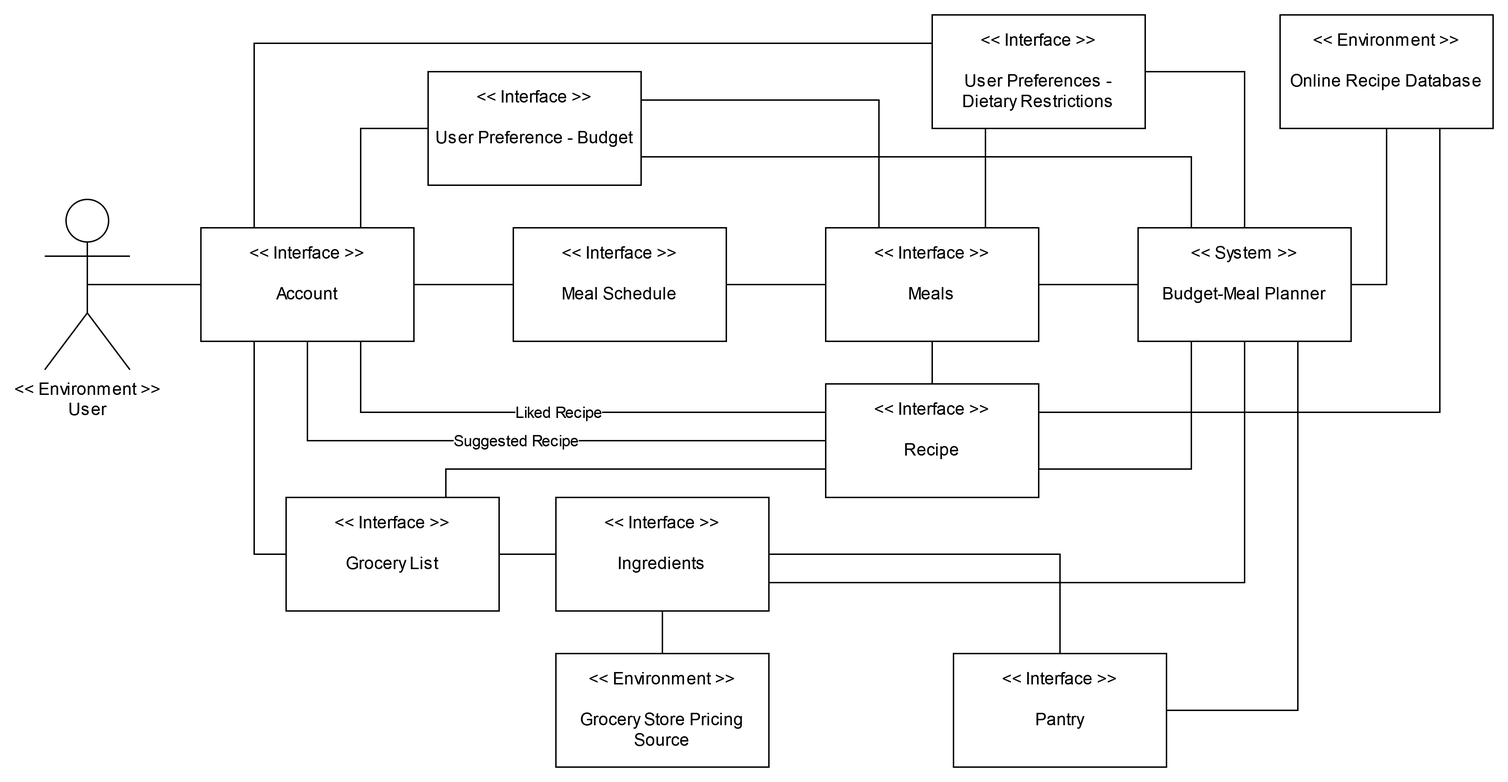
Before: images/Domain_Model.png, a diagram exported from draw.io (InvisCo/SE463-scenario-table-generator). Source tidied: cells renumbered, new cells last; positions are measured from the earlier drawing's top-left corner, leaving out a move shared by most shapes.
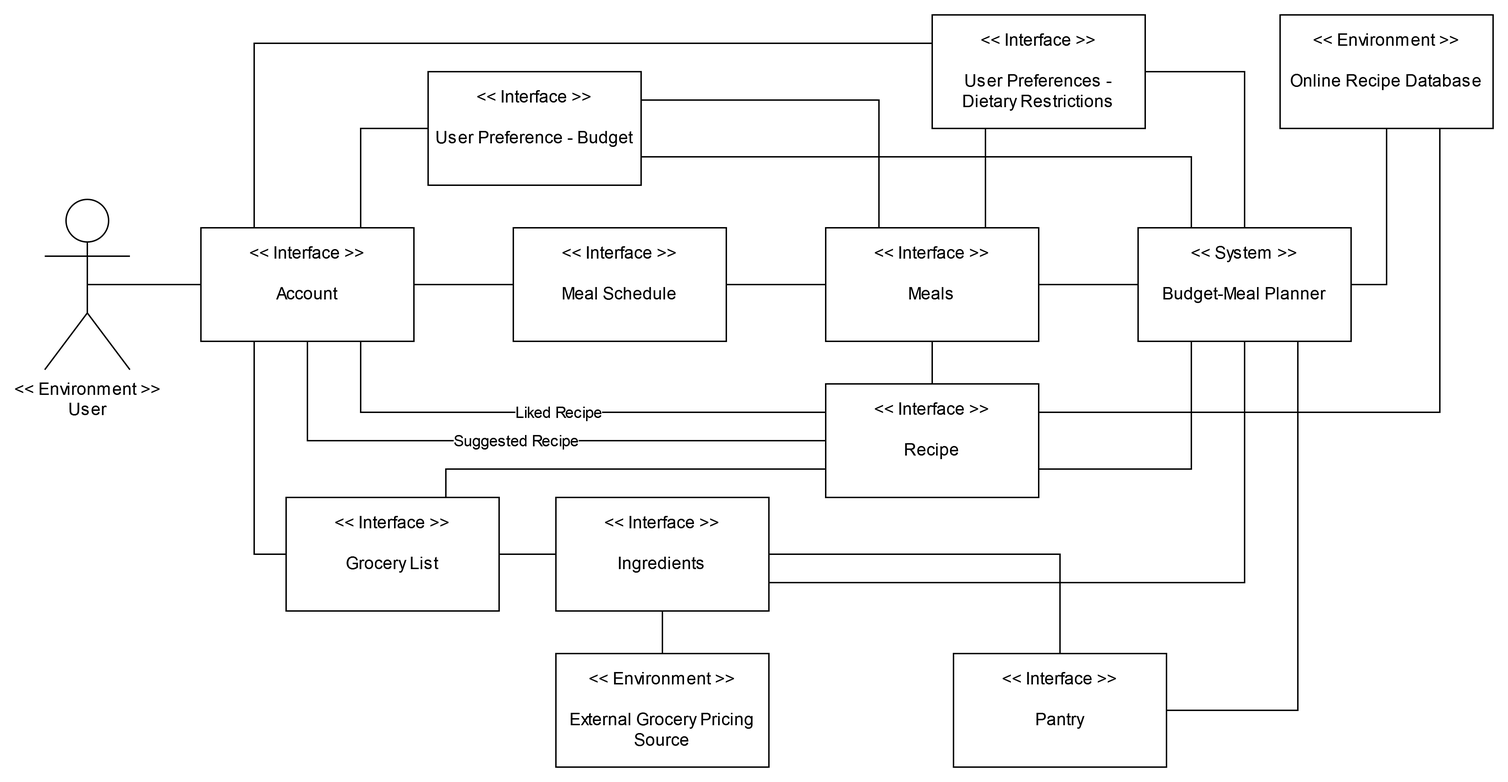
The same file after the commit.

The edit, as a diff of the source:
```diff
@@ -8,7 +8,7 @@
     <mxCell id="3" style="edgeStyle=orthogonalEdgeStyle;rounded=0;jettySize=auto;html=1;exitX=0.5;exitY=0;exitDx=0;exitDy=0;entryX=0.5;entryY=1;entryDx=0;entryDy=0;endArrow=none;endFill=0;" parent="1" edge="1" source="4" target="26">
       <mxGeometry relative="1" as="geometry" />
     </mxCell>
-    <mxCell id="4" value="&lt;div&gt;&amp;lt;&amp;lt; Environment &amp;gt;&amp;gt;&lt;/div&gt;&lt;div&gt;&lt;br&gt;&lt;/div&gt;&lt;div&gt;Grocery Store Pricing Source&lt;br&gt;&lt;/div&gt;" style="rounded=0;whiteSpace=wrap;html=1;spacing=6;horizontal=1;verticalAlign=top;" parent="1" vertex="1">
+    <mxCell id="4" value="&lt;div&gt;&amp;lt;&amp;lt; Environment &amp;gt;&amp;gt;&lt;/div&gt;&lt;div&gt;&lt;br&gt;&lt;/div&gt;&lt;div&gt;External Grocery Pricing Source&lt;br&gt;&lt;/div&gt;" style="rounded=0;whiteSpace=wrap;html=1;spacing=6;horizontal=1;verticalAlign=top;" parent="1" vertex="1">
       <mxGeometry x="360" y="450" width="150" height="80" as="geometry" />
     </mxCell>
     <mxCell id="5" style="edgeStyle=orthogonalEdgeStyle;rounded=0;jettySize=auto;html=1;exitX=0.75;exitY=0;exitDx=0;exitDy=0;entryX=0;entryY=0.5;entryDx=0;entryDy=0;endArrow=none;endFill=0;" parent="1" edge="1" source="9" target="23">
```
